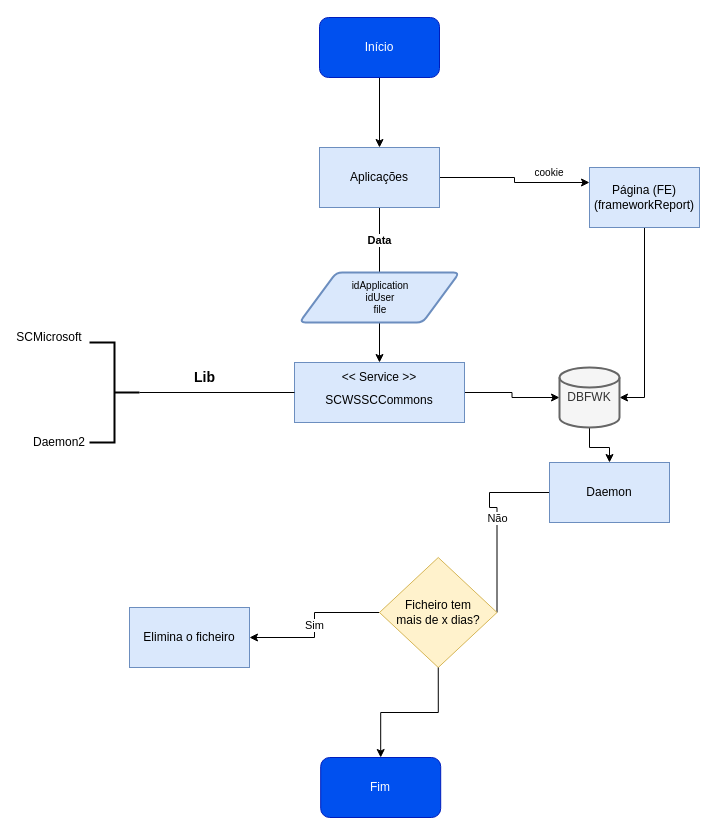
The draw.io diagram page "Registar ficheiro" (1 of 3) of Diagrama sem nome.drawio in deviniciuss/AndroidHistory, before the edit. Source tidied: cells renumbered, new cells numbered last; positions are measured from the earlier drawing's top-left corner, leaving out a move shared by most shapes. Both pictures are drawn from the tidied source at 100%, with x=0, y=0 at pixel (19, 17).
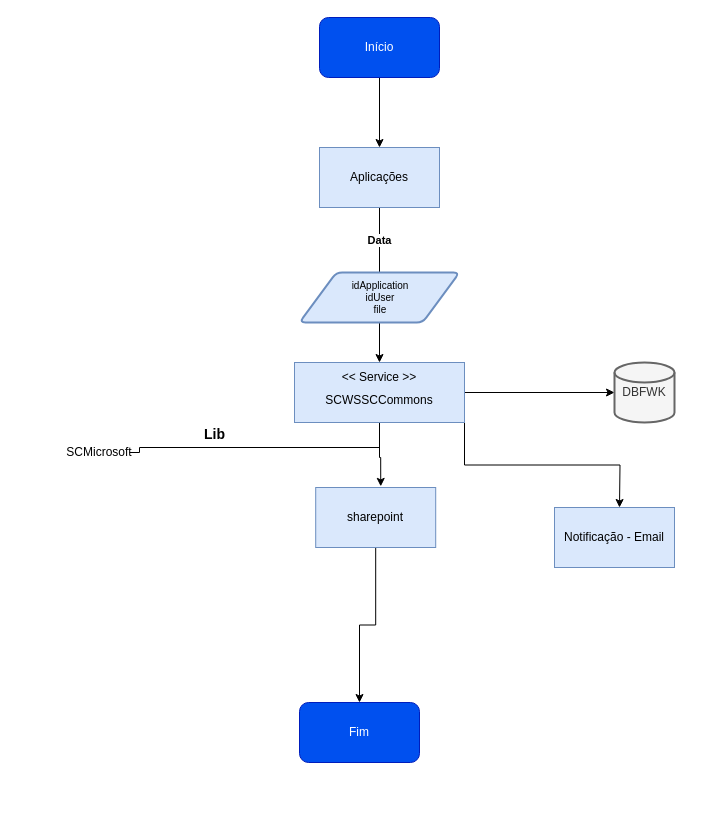
Above is the later version.

Unchanged cells that the change refers to:
```xml
<mxCell id="6" value="Aplicações&lt;br&gt;" style="rounded=0;whiteSpace=wrap;html=1;fillColor=#dae8fc;strokeColor=#6c8ebf;" parent="1" vertex="1">
  <mxGeometry x="300" y="130" width="120" height="60" as="geometry" />
</mxCell>
<mxCell id="8" value="&lt;br&gt;SCWSSCCommons&lt;br&gt;" style="rounded=0;whiteSpace=wrap;html=1;fillColor=#dae8fc;strokeColor=#6c8ebf;" parent="1" vertex="1">
  <mxGeometry x="275" y="345" width="170" height="60" as="geometry" />
</mxCell>
```

The edit, as a diff of the source:
```diff
@@
-    <mxCell id="4" style="edgeStyle=orthogonalEdgeStyle;rounded=0;jettySize=auto;html=1;exitX=1;exitY=0.5;exitDx=0;exitDy=0;entryX=0;entryY=0.25;entryDx=0;entryDy=0;" parent="1" edge="1" source="6" target="13">
-      <mxGeometry relative="1" as="geometry" />
-    </mxCell>
@@
+    <mxCell id="30" style="edgeStyle=orthogonalEdgeStyle;rounded=0;jettySize=auto;html=1;exitX=0.5;exitY=1;exitDx=0;exitDy=0;entryX=0.542;entryY=-0.019;entryDx=0;entryDy=0;entryPerimeter=0;" parent="1" edge="1" source="8" target="34">
+      <mxGeometry relative="1" as="geometry">
+        <Array as="points">
+          <mxPoint x="360" y="440" />
+          <mxPoint x="361" y="440" />
+        </Array>
+      </mxGeometry>
+    </mxCell>
@@
+    <mxCell id="31" style="edgeStyle=orthogonalEdgeStyle;rounded=0;jettySize=auto;html=1;exitX=1;exitY=1;exitDx=0;exitDy=0;" parent="1" edge="1" source="8">
+      <mxGeometry relative="1" as="geometry">
+        <mxPoint x="600" y="490" as="targetPoint" />
+      </mxGeometry>
+    </mxCell>
@@
-    <mxCell id="12" style="edgeStyle=orthogonalEdgeStyle;rounded=0;jettySize=auto;html=1;entryX=1;entryY=0.5;entryDx=0;entryDy=0;entryPerimeter=0;" parent="1" edge="1" source="13" target="17">
-      <mxGeometry relative="1" as="geometry" />
-    </mxCell>
-    <mxCell id="13" value="Página (FE)&lt;br&gt;(frameworkReport)" style="rounded=0;whiteSpace=wrap;html=1;fillColor=#dae8fc;strokeColor=#6c8ebf;" parent="1" vertex="1">
-      <mxGeometry x="570" y="150" width="110" height="60" as="geometry" />
-    </mxCell>
@@
-    <mxCell id="15" value="&lt;font style=&quot;font-size: 10px;&quot;&gt;cookie&lt;/font&gt;" style="text;html=1;strokeColor=none;fillColor=none;align=center;verticalAlign=middle;whiteSpace=wrap;rounded=0;" parent="1" vertex="1">
-      <mxGeometry x="500" y="140" width="60" height="30" as="geometry" />
-    </mxCell>
-    <mxCell id="16" style="edgeStyle=orthogonalEdgeStyle;rounded=0;jettySize=auto;html=1;" parent="1" edge="1" source="17" target="29">
-      <mxGeometry relative="1" as="geometry" />
-    </mxCell>
     <mxCell id="17" value="DBFWK" style="strokeWidth=2;html=1;shape=mxgraph.flowchart.database;whiteSpace=wrap;fillColor=#f5f5f5;fontColor=#333333;strokeColor=#666666;" parent="1" vertex="1">
-      <mxGeometry x="540" y="350" width="60" height="60" as="geometry" />
+      <mxGeometry x="595" y="345" width="60" height="60" as="geometry" />
     </mxCell>
-    <mxCell id="18" style="edgeStyle=orthogonalEdgeStyle;rounded=0;jettySize=auto;html=1;exitX=0;exitY=0.5;exitDx=0;exitDy=0;exitPerimeter=0;endArrow=none;endFill=0;entryX=0;entryY=0.5;entryDx=0;entryDy=0;" parent="1" edge="1" source="19" target="8">
-      <mxGeometry relative="1" as="geometry">
-        <Array as="points">
-          <mxPoint x="120" y="375" />
-        </Array>
-      </mxGeometry>
-    </mxCell>
-    <mxCell id="19" style="strokeWidth=2;html=1;shape=mxgraph.flowchart.annotation_2;align=left;labelPosition=right;direction=west;" parent="1" vertex="1">
-      <mxGeometry x="70" y="325" width="50" height="100" as="geometry" />
-    </mxCell>
     <mxCell id="20" value="&lt;h1 style=&quot;font-size: 14px;&quot;&gt;&lt;font style=&quot;font-size: 14px;&quot;&gt;Lib&lt;/font&gt;&lt;/h1&gt;" style="text;html=1;strokeColor=none;fillColor=none;spacing=5;spacingTop=-20;whiteSpace=wrap;overflow=hidden;rounded=0;fontSize=14;" parent="1" vertex="1">
-      <mxGeometry x="170" y="352.5" width="40" height="15" as="geometry" />
+      <mxGeometry x="180" y="410" width="40" height="15" as="geometry" />
     </mxCell>
+    <mxCell id="32" style="edgeStyle=orthogonalEdgeStyle;rounded=0;jettySize=auto;html=1;exitX=1;exitY=0.5;exitDx=0;exitDy=0;endArrow=none;endFill=0;" parent="1" edge="1" source="21">
+      <mxGeometry relative="1" as="geometry">
+        <mxPoint x="360" y="430" as="targetPoint" />
+        <Array as="points">
+          <mxPoint x="120" y="430" />
+        </Array>
+      </mxGeometry>
+    </mxCell>
     <mxCell id="21" value="SCMicrosoft" style="text;html=1;strokeColor=none;fillColor=none;align=center;verticalAlign=middle;whiteSpace=wrap;rounded=0;" parent="1" vertex="1">
-      <mxGeometry y="305" width="60" height="30" as="geometry" />
+      <mxGeometry x="50" y="420" width="60" height="30" as="geometry" />
     </mxCell>
-    <mxCell id="22" value="Daemon2" style="text;html=1;strokeColor=none;fillColor=none;align=center;verticalAlign=middle;whiteSpace=wrap;rounded=0;" parent="1" vertex="1">
-      <mxGeometry x="10" y="410" width="60" height="30" as="geometry" />
-    </mxCell>
-    <mxCell id="23" value="Sim" style="edgeStyle=orthogonalEdgeStyle;rounded=0;jettySize=auto;html=1;" parent="1" edge="1" source="25" target="27">
-      <mxGeometry relative="1" as="geometry" />
-    </mxCell>
-    <mxCell id="24" value="Não" style="edgeStyle=orthogonalEdgeStyle;rounded=0;jettySize=auto;html=1;exitX=1;exitY=0.5;exitDx=0;exitDy=0;endArrow=none;endFill=0;entryX=0;entryY=0.5;entryDx=0;entryDy=0;" parent="1" edge="1" source="25" target="29">
-      <mxGeometry relative="1" as="geometry">
-        <Array as="points">
-          <mxPoint x="477" y="490" />
-          <mxPoint x="470" y="490" />
-          <mxPoint x="470" y="475" />
-        </Array>
-      </mxGeometry>
-    </mxCell>
-    <mxCell id="25" value="Ficheiro tem &lt;br&gt;mais de x dias?" style="rhombus;whiteSpace=wrap;html=1;fillColor=#fff2cc;strokeColor=#d6b656;" parent="1" vertex="1">
-      <mxGeometry x="360" y="540" width="117.5" height="110" as="geometry" />
-    </mxCell>
-    <mxCell id="26" style="edgeStyle=orthogonalEdgeStyle;rounded=0;jettySize=auto;html=1;exitX=0.5;exitY=1;exitDx=0;exitDy=0;entryX=0.5;entryY=0;entryDx=0;entryDy=0;" parent="1" edge="1" source="25" target="28">
-      <mxGeometry relative="1" as="geometry" />
-    </mxCell>
-    <mxCell id="27" value="Elimina o ficheiro" style="rounded=0;whiteSpace=wrap;html=1;fillColor=#dae8fc;strokeColor=#6c8ebf;" parent="1" vertex="1">
-      <mxGeometry x="110" y="590" width="120" height="60" as="geometry" />
-    </mxCell>
     <mxCell id="28" value="Fim&lt;br&gt;" style="rounded=1;whiteSpace=wrap;html=1;fillColor=#0050ef;fontColor=#ffffff;strokeColor=#001DBC;" parent="1" vertex="1">
-      <mxGeometry x="301.2" y="740" width="120" height="60" as="geometry" />
+      <mxGeometry x="280" y="685" width="120" height="60" as="geometry" />
     </mxCell>
-    <mxCell id="29" value="Daemon" style="rounded=0;whiteSpace=wrap;html=1;fillColor=#dae8fc;strokeColor=#6c8ebf;" parent="1" vertex="1">
-      <mxGeometry x="530" y="445" width="120" height="60" as="geometry" />
-    </mxCell>
+    <mxCell id="33" style="edgeStyle=orthogonalEdgeStyle;rounded=0;jettySize=auto;html=1;exitX=0.5;exitY=1;exitDx=0;exitDy=0;" parent="1" edge="1" source="34" target="28">
+      <mxGeometry relative="1" as="geometry" />
+    </mxCell>
+    <mxCell id="34" value="sharepoint" style="rounded=0;whiteSpace=wrap;html=1;fillColor=#dae8fc;strokeColor=#6c8ebf;" parent="1" vertex="1">
+      <mxGeometry x="296.2" y="470" width="120" height="60" as="geometry" />
+    </mxCell>
+    <mxCell id="35" value="Notificação - Email" style="rounded=0;whiteSpace=wrap;html=1;fillColor=#dae8fc;strokeColor=#6c8ebf;" parent="1" vertex="1">
+      <mxGeometry x="535" y="490" width="120" height="60" as="geometry" />
+    </mxCell>
```
